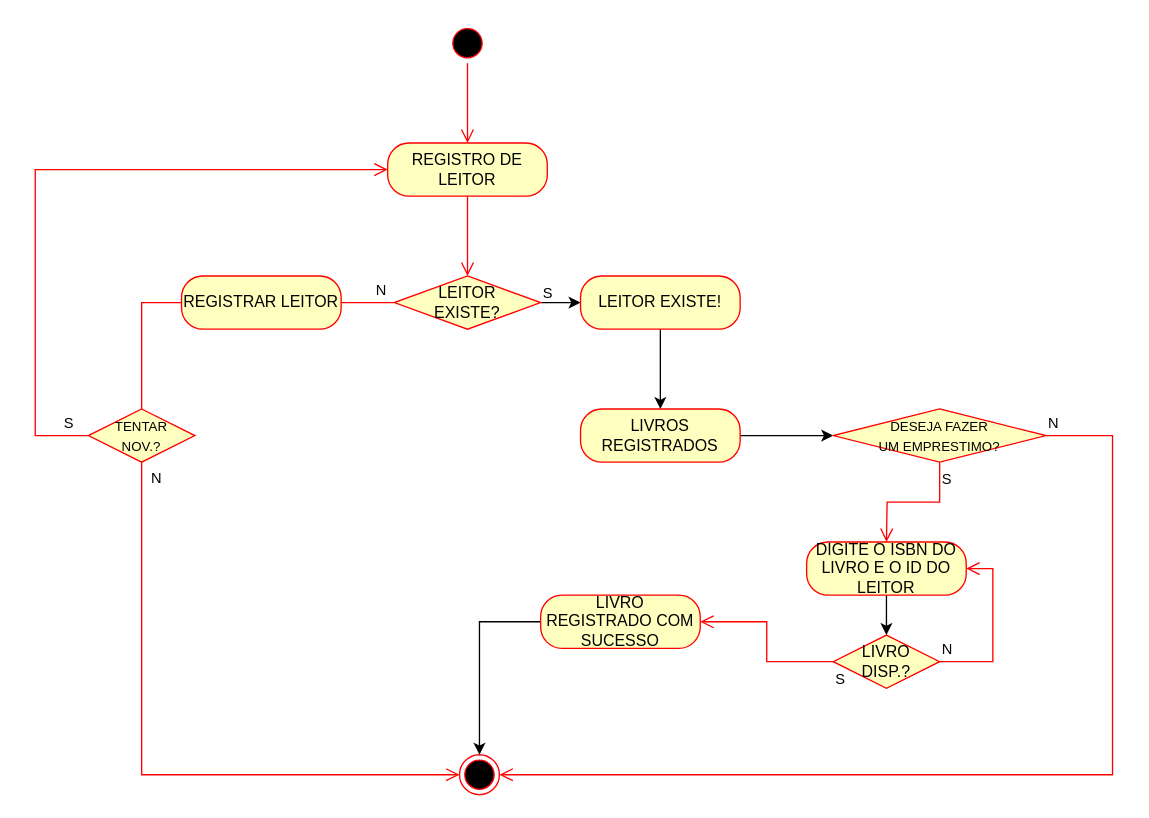
Earlier version of the draw.io diagram diagrama de atividades emprestimo.drawio (gabrielbarbosaaa/portfolio). Source tidied: cells renumbered, new cells numbered last; positions are measured from the earlier drawing's top-left corner, leaving out a move shared by most shapes. Both pictures are drawn from the tidied source at 133%, with x=0, y=0 at pixel (35, 23).
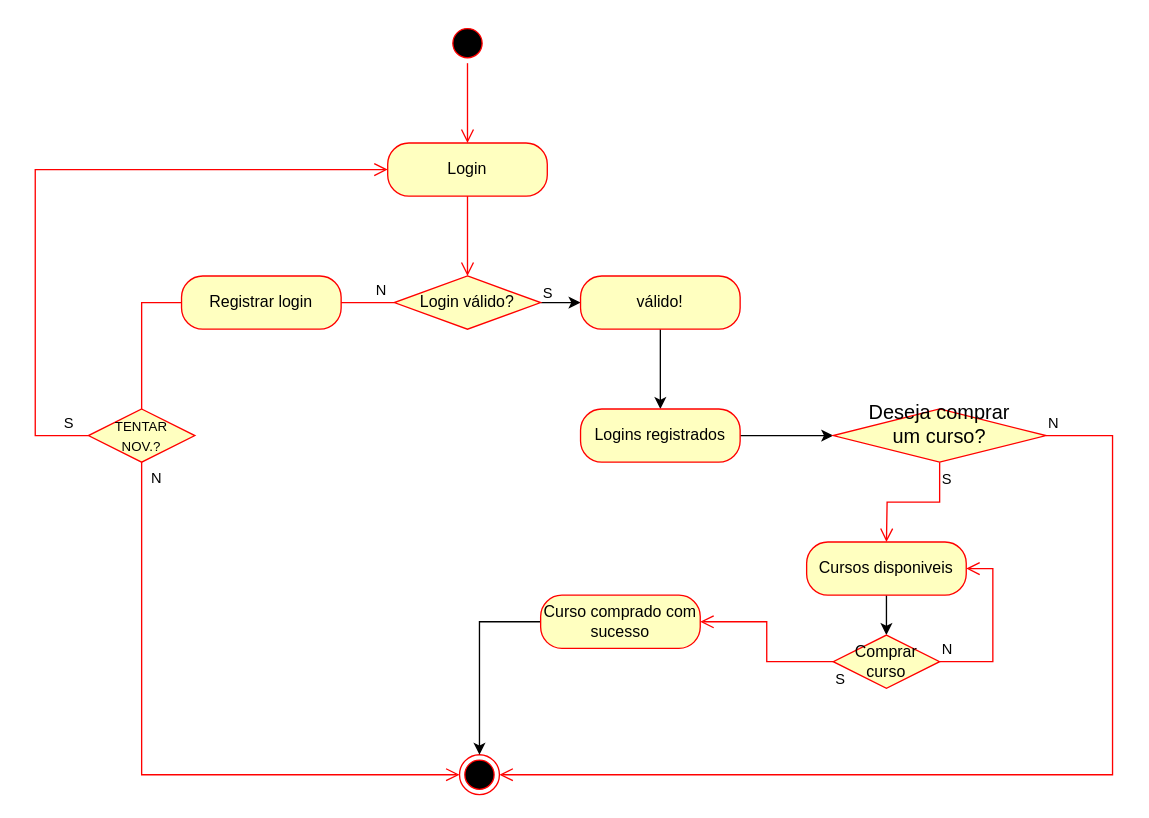
After the change.

The edit, as a diff of the source:
```diff
@@
-    <mxCell id="4" value="REGISTRO DE LEITOR" style="rounded=1;whiteSpace=wrap;html=1;arcSize=40;fontColor=#000000;fillColor=#ffffc0;strokeColor=#ff0000;" parent="1" vertex="1">
+    <mxCell id="4" value="Login" style="rounded=1;whiteSpace=wrap;html=1;arcSize=40;fontColor=#000000;fillColor=#ffffc0;strokeColor=#ff0000;" parent="1" vertex="1">
       <mxGeometry x="265" y="90" width="120" height="40" as="geometry" />
     </mxCell>
@@
-    <mxCell id="7" value="LEITOR&lt;br&gt;EXISTE?" style="rhombus;whiteSpace=wrap;html=1;fontColor=#000000;fillColor=#ffffc0;strokeColor=#ff0000;" parent="1" vertex="1">
+    <mxCell id="7" value="Login válido?" style="rhombus;whiteSpace=wrap;html=1;fontColor=#000000;fillColor=#ffffc0;strokeColor=#ff0000;" parent="1" vertex="1">
       <mxGeometry x="270" y="190" width="110" height="40" as="geometry" />
     </mxCell>
@@
-    <mxCell id="13" value="LEITOR EXISTE!" style="rounded=1;whiteSpace=wrap;html=1;arcSize=40;fontColor=#000000;fillColor=#ffffc0;strokeColor=#ff0000;" parent="1" vertex="1">
+    <mxCell id="13" value="válido!" style="rounded=1;whiteSpace=wrap;html=1;arcSize=40;fontColor=#000000;fillColor=#ffffc0;strokeColor=#ff0000;" parent="1" vertex="1">
       <mxGeometry x="410" y="190" width="120" height="40" as="geometry" />
     </mxCell>
@@
-    <mxCell id="15" value="LIVROS REGISTRADOS" style="rounded=1;whiteSpace=wrap;html=1;arcSize=40;fontColor=#000000;fillColor=#ffffc0;strokeColor=#ff0000;" parent="1" vertex="1">
+    <mxCell id="15" value="Logins registrados" style="rounded=1;whiteSpace=wrap;html=1;arcSize=40;fontColor=#000000;fillColor=#ffffc0;strokeColor=#ff0000;" parent="1" vertex="1">
       <mxGeometry x="410" y="290" width="120" height="40" as="geometry" />
     </mxCell>
-    <mxCell id="16" value="&lt;font style=&quot;font-size: 10px;&quot;&gt;DESEJA FAZER&lt;br&gt;UM EMPRESTIMO?&lt;/font&gt;" style="rhombus;whiteSpace=wrap;html=1;fontColor=#000000;fillColor=#ffffc0;strokeColor=#ff0000;" parent="1" vertex="1">
+    <mxCell id="16" value="&lt;font style=&quot;font-size: 15px;&quot;&gt;Deseja comprar&lt;br&gt;um curso?&lt;br&gt;&lt;br&gt;&lt;/font&gt;" style="rhombus;whiteSpace=wrap;html=1;fontColor=#000000;fillColor=#ffffc0;strokeColor=#ff0000;" parent="1" vertex="1">
       <mxGeometry x="600" y="290" width="160" height="40" as="geometry" />
     </mxCell>
@@
-    <mxCell id="20" value="DIGITE O ISBN DO LIVRO E O ID DO LEITOR" style="rounded=1;whiteSpace=wrap;html=1;arcSize=40;fontColor=#000000;fillColor=#ffffc0;strokeColor=#ff0000;" parent="1" vertex="1">
+    <mxCell id="20" value="Cursos disponiveis" style="rounded=1;whiteSpace=wrap;html=1;arcSize=40;fontColor=#000000;fillColor=#ffffc0;strokeColor=#ff0000;" parent="1" vertex="1">
       <mxGeometry x="580" y="390" width="120" height="40" as="geometry" />
     </mxCell>
@@
-    <mxCell id="22" value="LIVRO REGISTRADO COM SUCESSO" style="rounded=1;whiteSpace=wrap;html=1;arcSize=40;fontColor=#000000;fillColor=#ffffc0;strokeColor=#ff0000;" parent="1" vertex="1">
+    <mxCell id="22" value="Curso comprado com sucesso" style="rounded=1;whiteSpace=wrap;html=1;arcSize=40;fontColor=#000000;fillColor=#ffffc0;strokeColor=#ff0000;" parent="1" vertex="1">
       <mxGeometry x="380" y="430" width="120" height="40" as="geometry" />
     </mxCell>
-    <mxCell id="23" value="REGISTRAR LEITOR" style="rounded=1;whiteSpace=wrap;html=1;arcSize=40;fontColor=#000000;fillColor=#ffffc0;strokeColor=#ff0000;" parent="1" vertex="1">
+    <mxCell id="23" value="Registrar login" style="rounded=1;whiteSpace=wrap;html=1;arcSize=40;fontColor=#000000;fillColor=#ffffc0;strokeColor=#ff0000;" parent="1" vertex="1">
       <mxGeometry x="110" y="190" width="120" height="40" as="geometry" />
     </mxCell>
@@
-    <mxCell id="26" value="LIVRO&lt;br&gt;DISP.?" style="rhombus;whiteSpace=wrap;html=1;fontColor=#000000;fillColor=#ffffc0;strokeColor=#ff0000;" parent="1" vertex="1">
+    <mxCell id="26" value="Comprar curso" style="rhombus;whiteSpace=wrap;html=1;fontColor=#000000;fillColor=#ffffc0;strokeColor=#ff0000;" parent="1" vertex="1">
       <mxGeometry x="600" y="460" width="80" height="40" as="geometry" />
     </mxCell>
```
